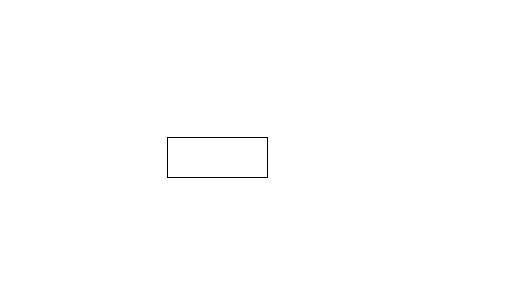
The draw.io diagram pkg/doc/pool_workflow.drawio in roadrunner-server/roadrunner, before the edit. Source tidied: cells renumbered, new cells numbered last; positions are measured from the earlier drawing's top-left corner, leaving out a move shared by most shapes. Both pictures are drawn from the tidied source at 100%, with x=0, y=0 at pixel (167, 137).
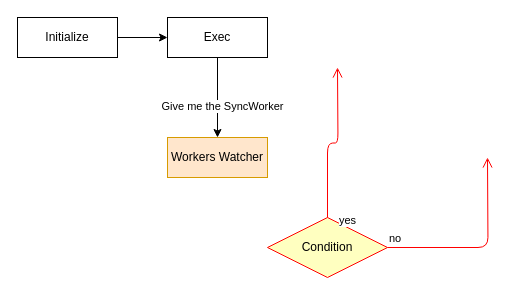
After the change.

Commit message (it also covers changes not shown here):
TestSupervisedPool_MaxMemoryReached increase time for the GHA to reconstruct a worker

The edit, as a diff of the source:
```diff
@@
 <mxGraphModel>
   <root>
     <mxCell id="0" />
     <mxCell id="1" parent="0" />
-    <mxCell id="2" style="rounded=0;whiteSpace=wrap;html=1;" parent="1" vertex="1">
+    <mxCell id="2" value="Workers Watcher" style="rounded=0;whiteSpace=wrap;html=1;fillColor=#ffe6cc;strokeColor=#d79b00;" parent="1" vertex="1">
       <mxGeometry width="100" height="40" as="geometry" />
     </mxCell>
+    <mxCell id="3" style="edgeStyle=orthogonalEdgeStyle;rounded=0;jettySize=auto;html=1;exitX=1;exitY=0.5;exitDx=0;exitDy=0;entryX=0;entryY=0.5;entryDx=0;entryDy=0;" parent="1" edge="1" source="4" target="7">
+      <mxGeometry relative="1" as="geometry" />
+    </mxCell>
+    <mxCell id="4" value="Initialize" style="rounded=0;whiteSpace=wrap;html=1;" parent="1" vertex="1">
+      <mxGeometry x="-150" y="-120" width="100" height="40" as="geometry" />
+    </mxCell>
+    <mxCell id="5" style="edgeStyle=orthogonalEdgeStyle;rounded=0;jettySize=auto;html=1;exitX=0.5;exitY=1;exitDx=0;exitDy=0;entryX=0.5;entryY=0;entryDx=0;entryDy=0;" parent="1" edge="1" source="7" target="2">
+      <mxGeometry relative="1" as="geometry" />
+    </mxCell>
+    <mxCell id="6" value="Give me the SyncWorker" style="edgeLabel;html=1;align=center;verticalAlign=middle;" parent="5" vertex="1">
+      <mxGeometry x="0.19" y="4" relative="1" as="geometry" />
+    </mxCell>
+    <mxCell id="7" value="Exec" style="rounded=0;whiteSpace=wrap;html=1;" parent="1" vertex="1">
+      <mxGeometry y="-120" width="100" height="40" as="geometry" />
+    </mxCell>
+    <mxCell id="8" value="Condition" style="rhombus;whiteSpace=wrap;html=1;fillColor=#ffffc0;strokeColor=#ff0000;" parent="1" vertex="1">
+      <mxGeometry x="100" y="80" width="120" height="60" as="geometry" />
+    </mxCell>
+    <mxCell id="9" value="no" style="edgeStyle=orthogonalEdgeStyle;html=1;align=left;verticalAlign=bottom;endArrow=open;endSize=8;strokeColor=#ff0000;" parent="1" edge="1" source="8">
+      <mxGeometry x="-1" relative="1" as="geometry">
+        <mxPoint x="320" y="20" as="targetPoint" />
+      </mxGeometry>
+    </mxCell>
+    <mxCell id="10" value="yes" style="edgeStyle=orthogonalEdgeStyle;html=1;align=left;verticalAlign=top;endArrow=open;endSize=8;strokeColor=#ff0000;" parent="1" edge="1" source="8">
+      <mxGeometry x="-0.88" y="-10" relative="1" as="geometry">
+        <mxPoint x="170" y="-70" as="targetPoint" />
+      </mxGeometry>
+    </mxCell>
   </root>
 </mxGraphModel>
```
